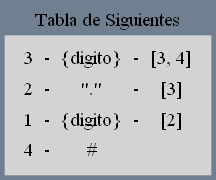
parguet/OLC1_Proyecto1_202010751 keeps this Graphviz diagram as Proyecto1/reportes/siguientes_202010751/Tabla4.png. Above is the earlier version. Its source is kept beside it as Proyecto1/reportes/siguientes_202010751/Tabla4.dot. Its diagram source:
```dot
digraph G {
bgcolor="slategrey" label="Tabla de Siguientes"layout=dot
labelloc = "t"edge [weigth=1000  color=darkgreen  arrowtail="open" arrowhead="open"]
node[shape=box, style="filled", color=lightgrey];
a0 [label=<
<TABLE><TR><TD>3</TD>
  <TD>-</TD>
  <TD>{digito}</TD>
  <TD>-</TD>
  <TD>[3, 4]</TD>
  </TR><TR><TD>2</TD>
  <TD>-</TD>
  <TD>"."</TD>
  <TD>-</TD>
  <TD>[3]</TD>
  </TR><TR><TD>1</TD>
  <TD>-</TD>
  <TD>{digito}</TD>
  <TD>-</TD>
  <TD>[2]</TD>
  </TR><TR><TD>4</TD>
  <TD>-</TD>
  <TD>#</TD>
  </TR></TABLE>>];}
```
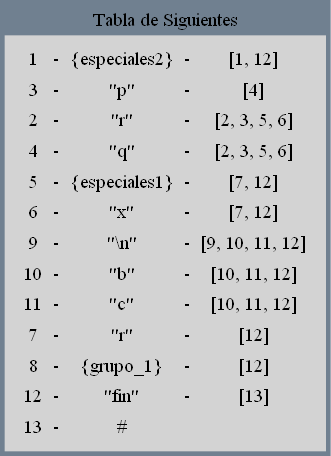
The same file after the commit.

What changed in the source:
```diff
@@ -3,22 +3,67 @@
 labelloc = "t"edge [weigth=1000  color=darkgreen  arrowtail="open" arrowhead="open"]
 node[shape=box, style="filled", color=lightgrey];
 a0 [label=<
-<TABLE><TR><TD>3</TD>
+<TABLE><TR><TD>1</TD>
   <TD>-</TD>
-  <TD>{digito}</TD>
+  <TD>{especiales2}</TD>
   <TD>-</TD>
-  <TD>[3, 4]</TD>
+  <TD>[1, 12]</TD>
+  </TR><TR><TD>3</TD>
+  <TD>-</TD>
+  <TD>"p"</TD>
+  <TD>-</TD>
+  <TD>[4]</TD>
   </TR><TR><TD>2</TD>
   <TD>-</TD>
-  <TD>"."</TD>
+  <TD>"r"</TD>
   <TD>-</TD>
-  <TD>[3]</TD>
-  </TR><TR><TD>1</TD>
+  <TD>[2, 3, 5, 6]</TD>
+  </TR><TR><TD>4</TD>
   <TD>-</TD>
-  <TD>{digito}</TD>
+  <TD>"q"</TD>
   <TD>-</TD>
-  <TD>[2]</TD>
-  </TR><TR><TD>4</TD>
+  <TD>[2, 3, 5, 6]</TD>
+  </TR><TR><TD>5</TD>
+  <TD>-</TD>
+  <TD>{especiales1}</TD>
+  <TD>-</TD>
+  <TD>[7, 12]</TD>
+  </TR><TR><TD>6</TD>
+  <TD>-</TD>
+  <TD>"x"</TD>
+  <TD>-</TD>
+  <TD>[7, 12]</TD>
+  </TR><TR><TD>9</TD>
+  <TD>-</TD>
+  <TD>"\n"</TD>
+  <TD>-</TD>
+  <TD>[9, 10, 11, 12]</TD>
+  </TR><TR><TD>10</TD>
+  <TD>-</TD>
+  <TD>"b"</TD>
+  <TD>-</TD>
+  <TD>[10, 11, 12]</TD>
+  </TR><TR><TD>11</TD>
+  <TD>-</TD>
+  <TD>"c"</TD>
+  <TD>-</TD>
+  <TD>[10, 11, 12]</TD>
+  </TR><TR><TD>7</TD>
+  <TD>-</TD>
+  <TD>"r"</TD>
+  <TD>-</TD>
+  <TD>[12]</TD>
+  </TR><TR><TD>8</TD>
+  <TD>-</TD>
+  <TD>{grupo_1}</TD>
+  <TD>-</TD>
+  <TD>[12]</TD>
+  </TR><TR><TD>12</TD>
+  <TD>-</TD>
+  <TD>"fin"</TD>
+  <TD>-</TD>
+  <TD>[13]</TD>
+  </TR><TR><TD>13</TD>
   <TD>-</TD>
   <TD>#</TD>
   </TR></TABLE>>];}
```
